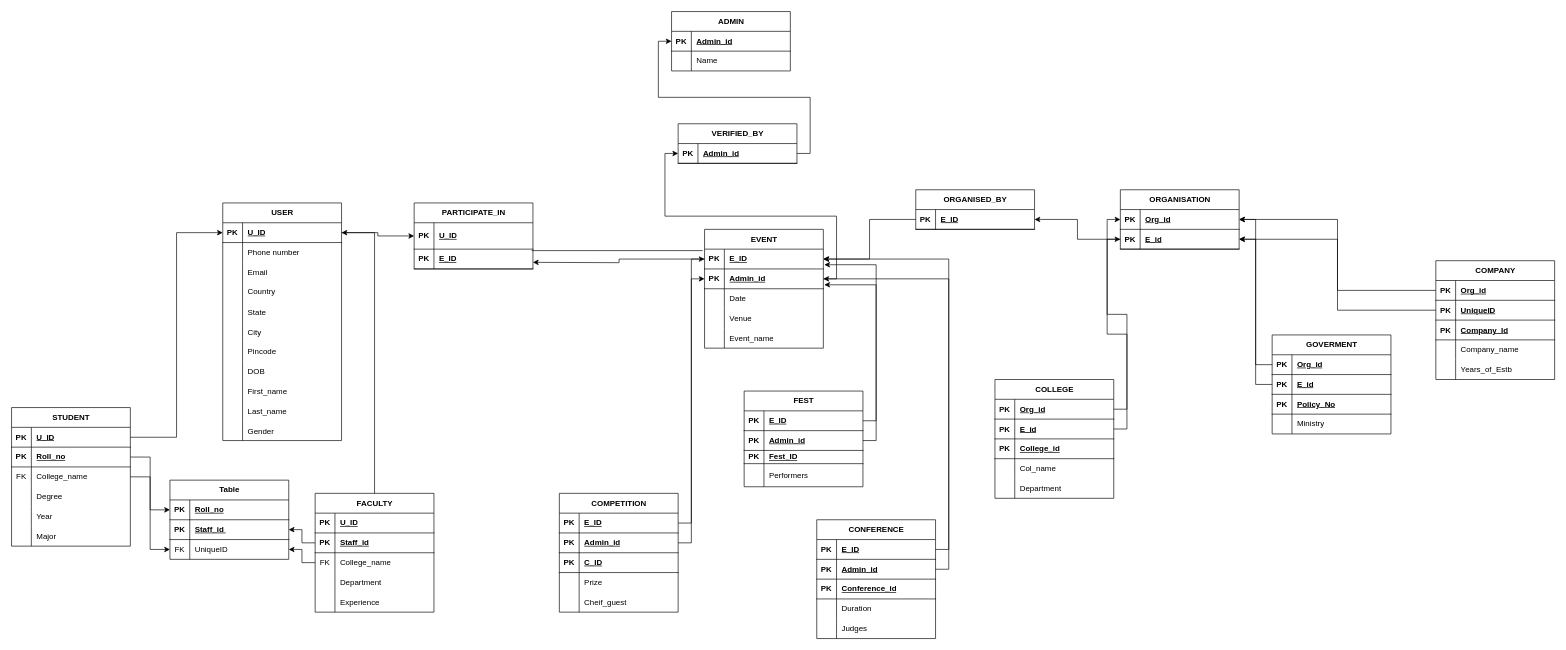
This is relational.drawio from Aaradhy-Sharma/dbms-project-1, a draw.io file, before an edit. Source tidied: cells renumbered, new cells numbered last; positions are measured from the earlier drawing's top-left corner, leaving out a move shared by most shapes. Both pictures are drawn from the tidied source at 66%, with x=0, y=0 at pixel (11, 11).
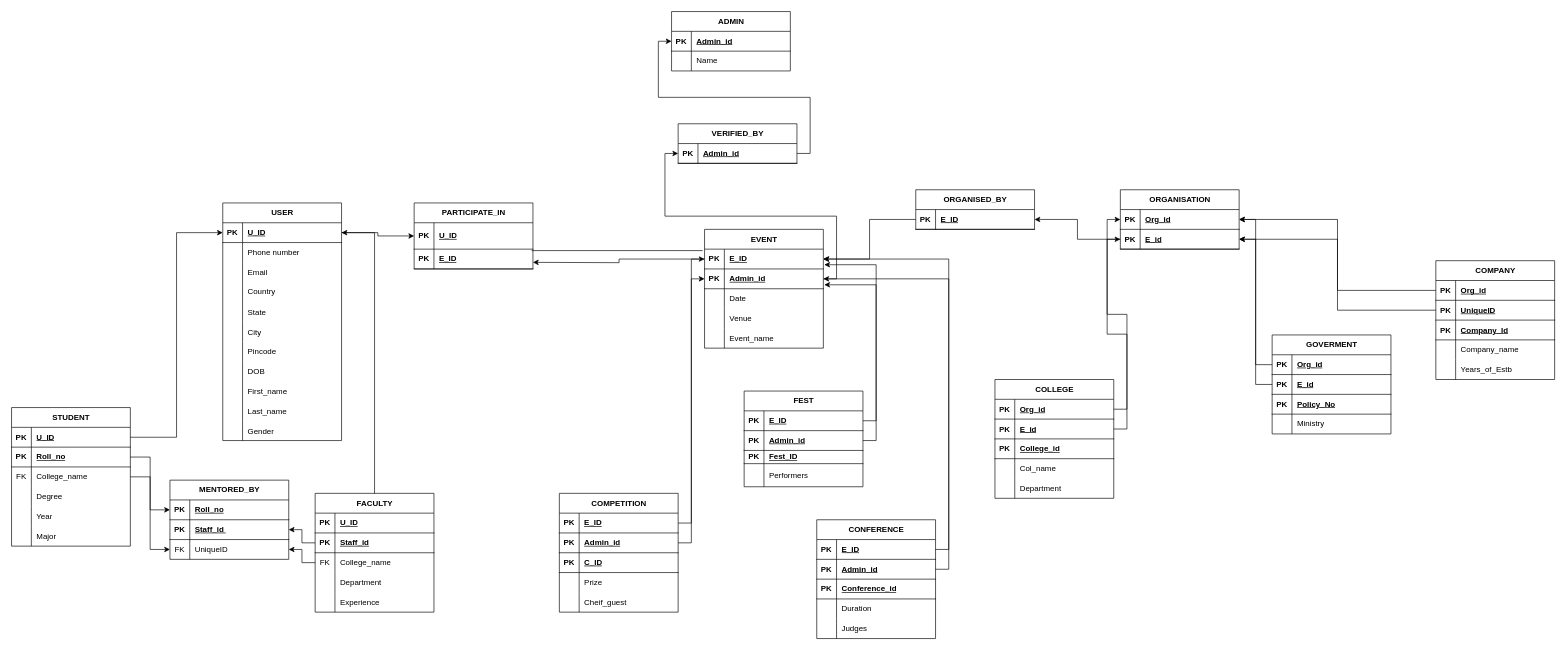
Above is the later version.

What changed in the source:
```diff
@@
-    <mxCell id="77" value="Table" style="shape=table;startSize=30;childLayout=tableLayout;rowLines=0;fontStyle=1;align=center;html=1;" parent="1" vertex="1">
+    <mxCell id="77" value="MENTORED_BY" style="shape=table;startSize=30;childLayout=tableLayout;rowLines=0;fontStyle=1;align=center;html=1;" parent="1" vertex="1">
       <mxGeometry x="240" y="710" width="180" height="120" as="geometry" />
     </mxCell>
```
